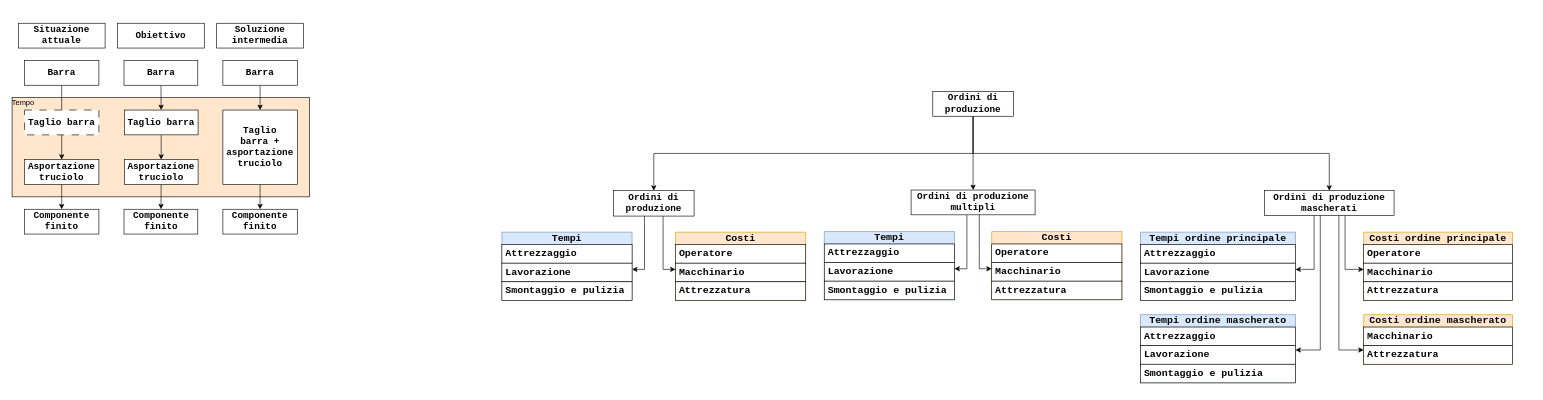
GiorgioAlessandria/Avanzamenti_produzione keeps this draw.io diagram as page "Analisi costi" (7 of 7) of documenti/flusso informativo.drawio. Above is the earlier version. Source tidied: cells renumbered, new cells numbered last; positions are measured from the earlier drawing's top-left corner, leaving out a move shared by most shapes. Both pictures are drawn from the tidied source at 62%, with x=0, y=0 at pixel (11, 23).
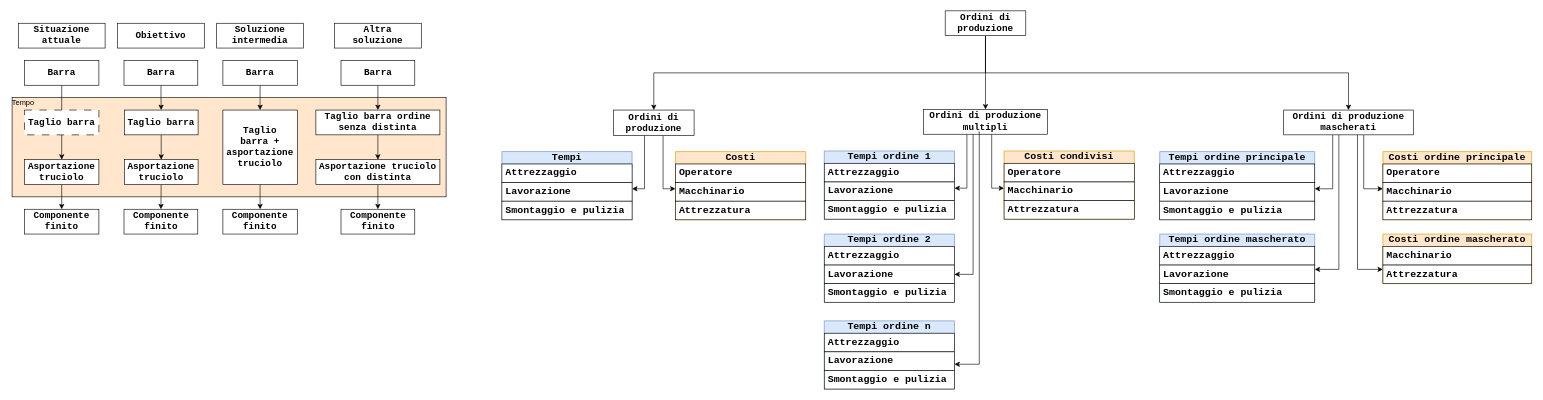
After the change.

The change refers to these unchanged cells:
```xml
<mxCell id="24" value="Lavorazione" style="text;align=left;verticalAlign=middle;spacingLeft=4;spacingRight=4;overflow=hidden;points=[[0,0.5],[1,0.5]];portConstraint=eastwest;whiteSpace=wrap;rounded=0;fillStyle=solid;fontFamily=Courier New;fontSize=16;fontStyle=1;fillColor=default;strokeColor=default;html=1;" parent="22" vertex="1">
  <mxGeometry y="50" width="210" height="30" as="geometry" />
</mxCell>
<mxCell id="40" value="Macchinario" style="text;align=left;verticalAlign=middle;spacingLeft=4;spacingRight=4;overflow=hidden;points=[[0,0.5],[1,0.5]];portConstraint=eastwest;whiteSpace=wrap;rounded=0;fillStyle=solid;fontFamily=Courier New;fontSize=16;fontStyle=1;fillColor=default;strokeColor=default;html=1;" parent="38" vertex="1">
  <mxGeometry y="50" width="210" height="30" as="geometry" />
</mxCell>
```

Change to the diagram source:
```diff
@@
     <mxCell id="2" style="rounded=0;whiteSpace=wrap;html=1;fillColor=#ffe6cc;strokeColor=light-dark(#000000, #996500);" parent="1" vertex="1">
-      <mxGeometry x="2" y="120" width="480" height="160" as="geometry" />
+      <mxGeometry x="2" y="120" width="700" height="160" as="geometry" />
     </mxCell>
@@
     <mxCell id="6" value="Ordini di produzione" style="text;align=center;verticalAlign=middle;spacingLeft=4;spacingRight=4;overflow=hidden;points=[[0,0.5],[1,0.5]];portConstraint=eastwest;whiteSpace=wrap;html=1;rounded=0;fillStyle=solid;fontFamily=Courier New;fontSize=15;fontStyle=1;fillColor=default;strokeColor=default;" parent="1" vertex="1">
-      <mxGeometry x="1487" y="110" width="130" height="40" as="geometry" />
+      <mxGeometry x="1507" y="-20" width="130" height="40" as="geometry" />
     </mxCell>
     <mxCell id="7" style="edgeStyle=orthogonalEdgeStyle;rounded=0;jettySize=auto;html=1;" parent="1" edge="1" source="11" target="26">
       <mxGeometry relative="1" as="geometry">
         <Array as="points">
-          <mxPoint x="2102" y="397" />
+          <mxPoint x="2132" y="267" />
         </Array>
       </mxGeometry>
     </mxCell>
     <mxCell id="8" style="edgeStyle=orthogonalEdgeStyle;rounded=0;jettySize=auto;html=1;" parent="1" edge="1" source="11" target="30">
       <mxGeometry relative="1" as="geometry">
         <Array as="points">
-          <mxPoint x="2112" y="527" />
+          <mxPoint x="2142" y="397" />
         </Array>
       </mxGeometry>
     </mxCell>
     <mxCell id="9" style="edgeStyle=orthogonalEdgeStyle;rounded=0;jettySize=auto;html=1;" parent="1" edge="1" source="11" target="42">
       <mxGeometry relative="1" as="geometry">
         <Array as="points">
-          <mxPoint x="2152" y="397" />
+          <mxPoint x="2182" y="267" />
         </Array>
       </mxGeometry>
     </mxCell>
     <mxCell id="10" style="edgeStyle=orthogonalEdgeStyle;rounded=0;jettySize=auto;html=1;" parent="1" edge="1" source="11" target="46">
       <mxGeometry relative="1" as="geometry">
         <Array as="points">
-          <mxPoint x="2142" y="527" />
+          <mxPoint x="2172" y="397" />
         </Array>
       </mxGeometry>
     </mxCell>
     <mxCell id="11" value="Ordini di produzione mascherati" style="text;align=center;verticalAlign=middle;spacingLeft=4;spacingRight=4;overflow=hidden;points=[[0,0.5],[1,0.5]];portConstraint=eastwest;whiteSpace=wrap;html=1;rounded=0;fillStyle=solid;fontFamily=Courier New;fontSize=15;fontStyle=1;fillColor=default;strokeColor=default;" parent="1" vertex="1">
-      <mxGeometry x="2022" y="270" width="209" height="40" as="geometry" />
+      <mxGeometry x="2053" y="140" width="209" height="40" as="geometry" />
     </mxCell>
-    <mxCell id="12" style="edgeStyle=orthogonalEdgeStyle;rounded=0;jettySize=auto;html=1;" parent="1" edge="1" source="14" target="22">
+    <mxCell id="12" style="edgeStyle=orthogonalEdgeStyle;rounded=0;jettySize=auto;html=1;" parent="1" edge="1" source="14" target="24">
       <mxGeometry relative="1" as="geometry">
         <Array as="points">
-          <mxPoint x="1542" y="396" />
+          <mxPoint x="1542" y="266" />
         </Array>
       </mxGeometry>
     </mxCell>
-    <mxCell id="13" style="edgeStyle=orthogonalEdgeStyle;rounded=0;jettySize=auto;html=1;" parent="1" edge="1" source="14" target="38">
+    <mxCell id="13" style="edgeStyle=orthogonalEdgeStyle;rounded=0;jettySize=auto;html=1;" parent="1" edge="1" source="14" target="40">
       <mxGeometry relative="1" as="geometry">
         <Array as="points">
-          <mxPoint x="1562" y="396" />
+          <mxPoint x="1582" y="266" />
         </Array>
       </mxGeometry>
     </mxCell>
     <mxCell id="14" value="Ordini di produzione multipli" style="text;align=center;verticalAlign=middle;spacingLeft=4;spacingRight=4;overflow=hidden;points=[[0,0.5],[1,0.5]];portConstraint=eastwest;whiteSpace=wrap;html=1;rounded=0;fillStyle=solid;fontFamily=Courier New;fontSize=15;fontStyle=1;fillColor=default;strokeColor=default;" parent="1" vertex="1">
-      <mxGeometry x="1452" y="269" width="200" height="40" as="geometry" />
+      <mxGeometry x="1472" y="139" width="200" height="40" as="geometry" />
     </mxCell>
     <mxCell id="15" style="edgeStyle=orthogonalEdgeStyle;rounded=0;jettySize=auto;html=1;" parent="1" edge="1" source="17" target="18">
       <mxGeometry relative="1" as="geometry">
         <Array as="points">
-          <mxPoint x="1022" y="397" />
+          <mxPoint x="1022" y="267" />
         </Array>
       </mxGeometry>
     </mxCell>
     <mxCell id="16" style="edgeStyle=orthogonalEdgeStyle;rounded=0;jettySize=auto;html=1;" parent="1" edge="1" source="17" target="34">
       <mxGeometry relative="1" as="geometry">
         <Array as="points">
-          <mxPoint x="1052" y="397" />
+          <mxPoint x="1052" y="267" />
         </Array>
       </mxGeometry>
     </mxCell>
     <mxCell id="17" value="Ordini di produzione" style="text;align=center;verticalAlign=middle;spacingLeft=4;spacingRight=4;overflow=hidden;points=[[0,0.5],[1,0.5]];portConstraint=eastwest;whiteSpace=wrap;html=1;rounded=0;fillStyle=solid;fontFamily=Courier New;fontSize=15;fontStyle=1;fillColor=default;strokeColor=default;" parent="1" vertex="1">
-      <mxGeometry x="972" y="270" width="130" height="41" as="geometry" />
+      <mxGeometry x="972" y="140" width="130" height="41" as="geometry" />
     </mxCell>
     <mxCell id="18" value="&lt;div style=&quot;line-height: 19px; white-space: pre;&quot;&gt;&lt;div style=&quot;line-height: 19px;&quot;&gt;Tempi&lt;/div&gt;&lt;/div&gt;" style="swimlane;fontStyle=1;horizontal=1;startSize=20;whiteSpace=wrap;html=1;rounded=0;fontFamily=Courier New;fontSize=16;verticalAlign=middle;textShadow=0;labelBackgroundColor=none;labelBorderColor=none;fillColor=#dae8fc;strokeColor=#6c8ebf;gradientDirection=north;" parent="1" vertex="1">
-      <mxGeometry x="792" y="337" width="210" height="110" as="geometry" />
+      <mxGeometry x="792" y="207" width="210" height="110" as="geometry" />
     </mxCell>
@@
-    <mxCell id="22" value="&lt;div style=&quot;line-height: 19px; white-space: pre;&quot;&gt;&lt;div style=&quot;line-height: 19px;&quot;&gt;Tempi&lt;/div&gt;&lt;/div&gt;" style="swimlane;fontStyle=1;horizontal=1;startSize=20;whiteSpace=wrap;html=1;rounded=0;fontFamily=Courier New;fontSize=16;verticalAlign=middle;textShadow=0;labelBackgroundColor=none;labelBorderColor=none;fillColor=#dae8fc;strokeColor=#6c8ebf;gradientDirection=north;" parent="1" vertex="1">
-      <mxGeometry x="1312" y="336" width="210" height="110" as="geometry" />
+    <mxCell id="22" value="&lt;div style=&quot;line-height: 19px; white-space: pre;&quot;&gt;&lt;div style=&quot;line-height: 19px;&quot;&gt;Tempi ordine 1&lt;/div&gt;&lt;/div&gt;" style="swimlane;fontStyle=1;horizontal=1;startSize=20;whiteSpace=wrap;html=1;rounded=0;fontFamily=Courier New;fontSize=16;verticalAlign=middle;textShadow=0;labelBackgroundColor=none;labelBorderColor=none;fillColor=#dae8fc;strokeColor=#6c8ebf;gradientDirection=north;" parent="1" vertex="1">
+      <mxGeometry x="1312" y="206" width="210" height="110" as="geometry" />
     </mxCell>
@@
     <mxCell id="26" value="&lt;div style=&quot;line-height: 19px; white-space: pre;&quot;&gt;&lt;div style=&quot;line-height: 19px;&quot;&gt;Tempi ordine principale&lt;/div&gt;&lt;/div&gt;" style="swimlane;fontStyle=1;horizontal=1;startSize=20;whiteSpace=wrap;html=1;rounded=0;fontFamily=Courier New;fontSize=16;verticalAlign=middle;textShadow=0;labelBackgroundColor=none;labelBorderColor=none;fillColor=#dae8fc;strokeColor=#6c8ebf;gradientDirection=north;" parent="1" vertex="1">
-      <mxGeometry x="1822" y="337" width="250" height="110" as="geometry" />
+      <mxGeometry x="1853" y="207" width="250" height="110" as="geometry" />
     </mxCell>
@@
     <mxCell id="30" value="&lt;div style=&quot;line-height: 19px; white-space: pre;&quot;&gt;&lt;div style=&quot;line-height: 19px;&quot;&gt;Tempi ordine mascherato&lt;/div&gt;&lt;/div&gt;" style="swimlane;fontStyle=1;horizontal=1;startSize=20;whiteSpace=wrap;html=1;rounded=0;fontFamily=Courier New;fontSize=16;verticalAlign=middle;textShadow=0;labelBackgroundColor=none;labelBorderColor=none;fillColor=#dae8fc;strokeColor=#6c8ebf;gradientDirection=north;" parent="1" vertex="1">
-      <mxGeometry x="1822" y="470" width="250" height="110" as="geometry" />
+      <mxGeometry x="1853" y="340" width="250" height="110" as="geometry" />
     </mxCell>
@@
     <mxCell id="34" value="&lt;div style=&quot;line-height: 19px; white-space: pre;&quot;&gt;&lt;div style=&quot;line-height: 19px;&quot;&gt;Costi&lt;/div&gt;&lt;/div&gt;" style="swimlane;fontStyle=1;horizontal=1;startSize=20;whiteSpace=wrap;html=1;rounded=0;fontFamily=Courier New;fontSize=16;verticalAlign=middle;textShadow=0;labelBackgroundColor=none;labelBorderColor=none;fillColor=#ffe6cc;strokeColor=#d79b00;gradientDirection=north;" parent="1" vertex="1">
-      <mxGeometry x="1072" y="337" width="210" height="110" as="geometry" />
+      <mxGeometry x="1072" y="207" width="210" height="110" as="geometry" />
     </mxCell>
@@
-    <mxCell id="38" value="&lt;div style=&quot;line-height: 19px; white-space: pre;&quot;&gt;&lt;div style=&quot;line-height: 19px;&quot;&gt;Costi&lt;/div&gt;&lt;/div&gt;" style="swimlane;fontStyle=1;horizontal=1;startSize=20;whiteSpace=wrap;html=1;rounded=0;fontFamily=Courier New;fontSize=16;verticalAlign=middle;textShadow=0;labelBackgroundColor=none;labelBorderColor=none;fillColor=#ffe6cc;strokeColor=#d79b00;gradientDirection=north;" parent="1" vertex="1">
-      <mxGeometry x="1582" y="336" width="210" height="110" as="geometry" />
+    <mxCell id="38" value="&lt;div style=&quot;line-height: 19px; white-space: pre;&quot;&gt;&lt;div style=&quot;line-height: 19px;&quot;&gt;Costi condivisi&lt;/div&gt;&lt;/div&gt;" style="swimlane;fontStyle=1;horizontal=1;startSize=20;whiteSpace=wrap;html=1;rounded=0;fontFamily=Courier New;fontSize=16;verticalAlign=middle;textShadow=0;labelBackgroundColor=none;labelBorderColor=none;fillColor=#ffe6cc;strokeColor=#d79b00;gradientDirection=north;" parent="1" vertex="1">
+      <mxGeometry x="1602" y="206" width="210" height="110" as="geometry" />
     </mxCell>
@@
     <mxCell id="42" value="&lt;div style=&quot;line-height: 19px; white-space: pre;&quot;&gt;&lt;div style=&quot;line-height: 19px;&quot;&gt;Costi ordine principale&lt;/div&gt;&lt;/div&gt;" style="swimlane;fontStyle=1;horizontal=1;startSize=20;whiteSpace=wrap;html=1;rounded=0;fontFamily=Courier New;fontSize=16;verticalAlign=middle;textShadow=0;labelBackgroundColor=none;labelBorderColor=none;fillColor=#ffe6cc;strokeColor=#d79b00;gradientDirection=north;" parent="1" vertex="1">
-      <mxGeometry x="2182" y="337" width="240" height="110" as="geometry" />
+      <mxGeometry x="2213" y="207" width="240" height="110" as="geometry" />
     </mxCell>
@@
     <mxCell id="46" value="&lt;div style=&quot;line-height: 19px; white-space: pre;&quot;&gt;&lt;div style=&quot;line-height: 19px;&quot;&gt;Costi &lt;span style=&quot;background-color: transparent; color: light-dark(rgb(0, 0, 0), rgb(255, 255, 255));&quot;&gt;ordine mascherato&lt;/span&gt;&lt;/div&gt;&lt;/div&gt;" style="swimlane;fontStyle=1;horizontal=1;startSize=20;whiteSpace=wrap;html=1;rounded=0;fontFamily=Courier New;fontSize=16;verticalAlign=middle;textShadow=0;labelBackgroundColor=none;labelBorderColor=none;fillColor=#ffe6cc;strokeColor=#d79b00;gradientDirection=north;" parent="1" vertex="1">
-      <mxGeometry x="2182" y="470" width="240" height="80" as="geometry" />
+      <mxGeometry x="2213" y="340" width="240" height="80" as="geometry" />
     </mxCell>
@@
+    <mxCell id="71" style="rounded=0;jettySize=auto;html=1;elbow=vertical;" parent="1" edge="1" source="72" target="74">
+      <mxGeometry relative="1" as="geometry" />
+    </mxCell>
+    <mxCell id="72" value="Barra" style="text;align=center;verticalAlign=middle;spacingLeft=4;spacingRight=4;overflow=hidden;points=[[0,0.5],[1,0.5]];portConstraint=eastwest;whiteSpace=wrap;html=1;rounded=0;fillStyle=solid;fontFamily=Courier New;fontSize=15;fontStyle=1;fillColor=default;strokeColor=default;" parent="1" vertex="1">
+      <mxGeometry x="532.5" y="60" width="119" height="40" as="geometry" />
+    </mxCell>
+    <mxCell id="73" style="rounded=0;jettySize=auto;html=1;elbow=vertical;" parent="1" edge="1" source="74" target="76">
+      <mxGeometry relative="1" as="geometry" />
+    </mxCell>
+    <mxCell id="74" value="Taglio barra ordine senza distinta" style="text;align=center;verticalAlign=middle;spacingLeft=4;spacingRight=4;overflow=hidden;points=[[0,0.5],[1,0.5]];portConstraint=eastwest;whiteSpace=wrap;html=1;rounded=0;fillStyle=solid;fontFamily=Courier New;fontSize=15;fontStyle=1;fillColor=default;strokeColor=default;" parent="1" vertex="1">
+      <mxGeometry x="492" y="140" width="200" height="40" as="geometry" />
+    </mxCell>
+    <mxCell id="75" style="rounded=0;jettySize=auto;html=1;elbow=vertical;" parent="1" edge="1" source="76" target="77">
+      <mxGeometry relative="1" as="geometry" />
+    </mxCell>
+    <mxCell id="76" value="Asportazione truciolo con distinta" style="text;align=center;verticalAlign=middle;spacingLeft=4;spacingRight=4;overflow=hidden;points=[[0,0.5],[1,0.5]];portConstraint=eastwest;whiteSpace=wrap;html=1;rounded=0;fillStyle=solid;fontFamily=Courier New;fontSize=15;fontStyle=1;fillColor=default;strokeColor=default;" parent="1" vertex="1">
+      <mxGeometry x="492" y="220" width="200" height="40" as="geometry" />
+    </mxCell>
+    <mxCell id="77" value="Componente finito" style="text;align=center;verticalAlign=middle;spacingLeft=4;spacingRight=4;overflow=hidden;points=[[0,0.5],[1,0.5]];portConstraint=eastwest;whiteSpace=wrap;html=1;rounded=0;fillStyle=solid;fontFamily=Courier New;fontSize=15;fontStyle=1;fillColor=default;strokeColor=default;" parent="1" vertex="1">
+      <mxGeometry x="532.5" y="300" width="119" height="40" as="geometry" />
+    </mxCell>
+    <mxCell id="78" value="Altra soluzione" style="text;align=center;verticalAlign=middle;spacingLeft=4;spacingRight=4;overflow=hidden;whiteSpace=wrap;html=1;rounded=0;fillStyle=solid;fontFamily=Courier New;fontSize=15;fontStyle=1;fillColor=default;strokeColor=default;" parent="1" vertex="1">
+      <mxGeometry x="522" width="140" height="40" as="geometry" />
+    </mxCell>
+    <mxCell id="79" value="&lt;div style=&quot;line-height: 19px; white-space: pre;&quot;&gt;&lt;div style=&quot;line-height: 19px;&quot;&gt;Tempi ordine 2&lt;/div&gt;&lt;/div&gt;" style="swimlane;fontStyle=1;horizontal=1;startSize=20;whiteSpace=wrap;html=1;rounded=0;fontFamily=Courier New;fontSize=16;verticalAlign=middle;textShadow=0;labelBackgroundColor=none;labelBorderColor=none;fillColor=#dae8fc;strokeColor=#6c8ebf;gradientDirection=north;" parent="1" vertex="1">
+      <mxGeometry x="1312" y="340" width="210" height="110" as="geometry" />
+    </mxCell>
+    <mxCell id="80" value="Attrezzaggio" style="text;align=left;verticalAlign=middle;spacingLeft=4;spacingRight=4;overflow=hidden;whiteSpace=wrap;rounded=0;fillStyle=solid;fontFamily=Courier New;fontSize=16;fontStyle=1;fillColor=default;strokeColor=default;html=1;" parent="79" vertex="1">
+      <mxGeometry y="20" width="210" height="30" as="geometry" />
+    </mxCell>
+    <mxCell id="81" value="Lavorazione" style="text;align=left;verticalAlign=middle;spacingLeft=4;spacingRight=4;overflow=hidden;points=[[0,0.5],[1,0.5]];portConstraint=eastwest;whiteSpace=wrap;rounded=0;fillStyle=solid;fontFamily=Courier New;fontSize=16;fontStyle=1;fillColor=default;strokeColor=default;html=1;" parent="79" vertex="1">
+      <mxGeometry y="50" width="210" height="30" as="geometry" />
+    </mxCell>
+    <mxCell id="82" value="Smontaggio e pulizia" style="text;align=left;verticalAlign=middle;spacingLeft=4;spacingRight=4;overflow=hidden;whiteSpace=wrap;rounded=0;fillStyle=solid;fontFamily=Courier New;fontSize=16;fontStyle=1;fillColor=default;strokeColor=default;html=1;" parent="79" vertex="1">
+      <mxGeometry y="80" width="210" height="30" as="geometry" />
+    </mxCell>
+    <mxCell id="83" style="edgeStyle=orthogonalEdgeStyle;rounded=0;jettySize=auto;html=1;" parent="1" edge="1" source="14" target="81">
+      <mxGeometry relative="1" as="geometry">
+        <Array as="points">
+          <mxPoint x="1552" y="405" />
+        </Array>
+      </mxGeometry>
+    </mxCell>
+    <mxCell id="84" style="edgeStyle=orthogonalEdgeStyle;rounded=0;jettySize=auto;html=1;exitX=0.445;exitY=0.9;exitDx=0;exitDy=0;exitPerimeter=0;" parent="1" edge="1" source="14" target="85">
+      <mxGeometry relative="1" as="geometry">
+        <Array as="points">
+          <mxPoint x="1562" y="175" />
+          <mxPoint x="1562" y="550" />
+        </Array>
+      </mxGeometry>
+    </mxCell>
+    <mxCell id="85" value="&lt;div style=&quot;line-height: 19px; white-space: pre;&quot;&gt;&lt;div style=&quot;line-height: 19px;&quot;&gt;Tempi ordine n&lt;/div&gt;&lt;/div&gt;" style="swimlane;fontStyle=1;horizontal=1;startSize=20;whiteSpace=wrap;html=1;rounded=0;fontFamily=Courier New;fontSize=16;verticalAlign=middle;textShadow=0;labelBackgroundColor=none;labelBorderColor=none;fillColor=#dae8fc;strokeColor=#6c8ebf;gradientDirection=north;" parent="1" vertex="1">
+      <mxGeometry x="1312" y="480" width="210" height="110" as="geometry" />
+    </mxCell>
+    <mxCell id="86" value="Attrezzaggio" style="text;align=left;verticalAlign=middle;spacingLeft=4;spacingRight=4;overflow=hidden;whiteSpace=wrap;rounded=0;fillStyle=solid;fontFamily=Courier New;fontSize=16;fontStyle=1;fillColor=default;strokeColor=default;html=1;" parent="85" vertex="1">
+      <mxGeometry y="20" width="210" height="30" as="geometry" />
+    </mxCell>
+    <mxCell id="87" value="Lavorazione" style="text;align=left;verticalAlign=middle;spacingLeft=4;spacingRight=4;overflow=hidden;whiteSpace=wrap;rounded=0;fillStyle=solid;fontFamily=Courier New;fontSize=16;fontStyle=1;fillColor=default;strokeColor=default;html=1;" parent="85" vertex="1">
+      <mxGeometry y="50" width="210" height="30" as="geometry" />
+    </mxCell>
+    <mxCell id="88" value="Smontaggio e pulizia" style="text;align=left;verticalAlign=middle;spacingLeft=4;spacingRight=4;overflow=hidden;whiteSpace=wrap;rounded=0;fillStyle=solid;fontFamily=Courier New;fontSize=16;fontStyle=1;fillColor=default;strokeColor=default;html=1;" parent="85" vertex="1">
+      <mxGeometry y="80" width="210" height="30" as="geometry" />
+    </mxCell>
```
